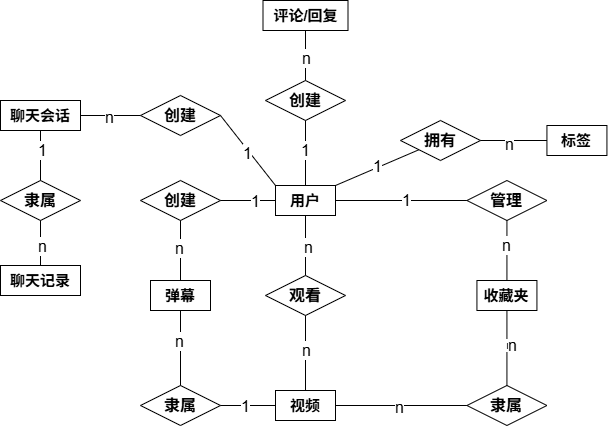
Above: docs/Assets/AniLink-cloud/数据库E-R图.png in All1217/AniLink-Java (draw.io), before the change. Source tidied: cells renumbered, new cells last; positions are measured from the earlier drawing's top-left corner, leaving out a move shared by most shapes. The source it was exported from:
```xml
<mxGraphModel>
  <root>
    <mxCell id="0" />
    <mxCell id="1" parent="0" />
    <mxCell id="2" value="&lt;font style=&quot;font-size: 15px;&quot;&gt;&lt;b&gt;用户&lt;/b&gt;&lt;/font&gt;" style="rounded=0;whiteSpace=wrap;html=1;" parent="1" vertex="1">
      <mxGeometry x="275" y="185" width="60" height="30" as="geometry" />
    </mxCell>
    <mxCell id="3" value="&lt;font style=&quot;font-size: 15px;&quot;&gt;&lt;b&gt;视频&lt;/b&gt;&lt;/font&gt;" style="rounded=0;whiteSpace=wrap;html=1;" parent="1" vertex="1">
      <mxGeometry x="275" y="390" width="60" height="30" as="geometry" />
    </mxCell>
    <mxCell id="4" value="&lt;b&gt;&lt;font style=&quot;font-size: 16px;&quot;&gt;观看&lt;/font&gt;&lt;/b&gt;" style="rhombus;whiteSpace=wrap;html=1;" parent="1" vertex="1">
      <mxGeometry x="265" y="275" width="80" height="40" as="geometry" />
    </mxCell>
    <mxCell id="5" style="endArrow=none;html=1;rounded=0;entryX=0.5;entryY=1;entryDx=0;entryDy=0;exitX=0.5;exitY=0;exitDx=0;exitDy=0;" parent="1" edge="1" source="4" target="2">
      <mxGeometry relative="1" as="geometry" />
    </mxCell>
    <mxCell id="6" value="&lt;font style=&quot;font-size: 16px;&quot;&gt;n&lt;/font&gt;" style="edgeLabel;html=1;align=center;verticalAlign=middle;" parent="5" vertex="1">
      <mxGeometry x="-0.05" y="-2" relative="1" as="geometry" />
    </mxCell>
    <mxCell id="7" style="endArrow=none;html=1;rounded=0;entryX=0.5;entryY=1;entryDx=0;entryDy=0;exitX=0.5;exitY=0;exitDx=0;exitDy=0;" parent="1" edge="1" source="3" target="4">
      <mxGeometry relative="1" as="geometry" />
    </mxCell>
    <mxCell id="8" value="&lt;font style=&quot;font-size: 16px;&quot;&gt;n&lt;/font&gt;" style="edgeLabel;html=1;align=center;verticalAlign=middle;" parent="7" vertex="1">
      <mxGeometry x="0.09" relative="1" as="geometry" />
    </mxCell>
    <mxCell id="9" value="&lt;font style=&quot;font-size: 15px;&quot;&gt;&lt;b&gt;收藏夹&lt;/b&gt;&lt;/font&gt;" style="rounded=0;whiteSpace=wrap;html=1;" parent="1" vertex="1">
      <mxGeometry x="476.4" y="280" width="60" height="30" as="geometry" />
    </mxCell>
    <mxCell id="10" value="&lt;font style=&quot;font-size: 15px;&quot;&gt;&lt;b&gt;弹幕&lt;/b&gt;&lt;/font&gt;" style="rounded=0;whiteSpace=wrap;html=1;" parent="1" vertex="1">
      <mxGeometry x="150" y="280" width="60" height="30" as="geometry" />
    </mxCell>
    <mxCell id="11" value="&lt;b style=&quot;font-size: 16px;&quot;&gt;创建&lt;/b&gt;" style="rhombus;whiteSpace=wrap;html=1;" parent="1" vertex="1">
      <mxGeometry x="140" y="180" width="80" height="40" as="geometry" />
    </mxCell>
    <mxCell id="12" value="&lt;span style=&quot;font-size: 16px;&quot;&gt;&lt;b&gt;隶属&lt;/b&gt;&lt;/span&gt;" style="rhombus;whiteSpace=wrap;html=1;" parent="1" vertex="1">
      <mxGeometry x="140" y="385" width="80" height="40" as="geometry" />
    </mxCell>
    <mxCell id="13" value="&lt;span style=&quot;font-size: 16px;&quot;&gt;&lt;b&gt;管理&lt;/b&gt;&lt;/span&gt;" style="rhombus;whiteSpace=wrap;html=1;" parent="1" vertex="1">
      <mxGeometry x="466.4" y="180" width="80" height="40" as="geometry" />
    </mxCell>
    <mxCell id="14" value="&lt;span style=&quot;font-size: 16px;&quot;&gt;&lt;b&gt;隶属&lt;/b&gt;&lt;/span&gt;" style="rhombus;whiteSpace=wrap;html=1;" parent="1" vertex="1">
      <mxGeometry x="466.4" y="385" width="80" height="40" as="geometry" />
    </mxCell>
    <mxCell id="15" style="endArrow=none;html=1;rounded=0;exitX=1;exitY=0.5;exitDx=0;exitDy=0;entryX=0;entryY=0.5;entryDx=0;entryDy=0;" parent="1" edge="1" source="2" target="13">
      <mxGeometry relative="1" as="geometry" />
    </mxCell>
    <mxCell id="16" value="&lt;font style=&quot;font-size: 16px;&quot;&gt;1&lt;/font&gt;" style="edgeLabel;html=1;align=center;verticalAlign=middle;" parent="15" vertex="1">
      <mxGeometry x="0.06" y="1" relative="1" as="geometry" />
    </mxCell>
    <mxCell id="17" style="endArrow=none;html=1;rounded=0;entryX=0;entryY=0.5;entryDx=0;entryDy=0;exitX=1;exitY=0.5;exitDx=0;exitDy=0;" parent="1" edge="1" source="11" target="2">
      <mxGeometry relative="1" as="geometry" />
    </mxCell>
    <mxCell id="18" value="&lt;font style=&quot;font-size: 16px;&quot;&gt;1&lt;/font&gt;" style="edgeLabel;html=1;align=center;verticalAlign=middle;" parent="17" vertex="1">
      <mxGeometry x="0.22" relative="1" as="geometry" />
    </mxCell>
    <mxCell id="19" style="endArrow=none;html=1;rounded=0;entryX=0.5;entryY=1;entryDx=0;entryDy=0;exitX=0.5;exitY=0;exitDx=0;exitDy=0;" parent="1" edge="1" source="10" target="11">
      <mxGeometry relative="1" as="geometry" />
    </mxCell>
    <mxCell id="20" value="&lt;font style=&quot;font-size: 16px;&quot;&gt;n&lt;/font&gt;" style="edgeLabel;html=1;align=center;verticalAlign=middle;" parent="19" vertex="1">
      <mxGeometry x="0.1" y="2" relative="1" as="geometry" />
    </mxCell>
    <mxCell id="21" style="endArrow=none;html=1;rounded=0;entryX=0.5;entryY=1;entryDx=0;entryDy=0;exitX=0.5;exitY=0;exitDx=0;exitDy=0;" parent="1" edge="1" source="12" target="10">
      <mxGeometry relative="1" as="geometry" />
    </mxCell>
    <mxCell id="22" value="&lt;font style=&quot;font-size: 16px;&quot;&gt;n&lt;/font&gt;" style="edgeLabel;html=1;align=center;verticalAlign=middle;" parent="21" vertex="1">
      <mxGeometry x="0.19" y="2" relative="1" as="geometry" />
    </mxCell>
    <mxCell id="23" style="endArrow=none;html=1;rounded=0;entryX=0.5;entryY=1;entryDx=0;entryDy=0;exitX=0.5;exitY=0;exitDx=0;exitDy=0;" parent="1" edge="1" source="9" target="13">
      <mxGeometry relative="1" as="geometry" />
    </mxCell>
    <mxCell id="24" value="&lt;font style=&quot;font-size: 16px;&quot;&gt;n&lt;/font&gt;" style="edgeLabel;html=1;align=center;verticalAlign=middle;" parent="23" vertex="1">
      <mxGeometry x="0.16" y="1" relative="1" as="geometry">
        <mxPoint y="-1" as="offset" />
      </mxGeometry>
    </mxCell>
    <mxCell id="25" style="endArrow=none;html=1;rounded=0;entryX=0.5;entryY=1;entryDx=0;entryDy=0;exitX=0.5;exitY=0;exitDx=0;exitDy=0;" parent="1" edge="1" source="14" target="9">
      <mxGeometry relative="1" as="geometry" />
    </mxCell>
    <mxCell id="26" value="n" style="edgeLabel;html=1;align=center;verticalAlign=middle;" parent="25" vertex="1">
      <mxGeometry x="0.13" y="-2" relative="1" as="geometry">
        <mxPoint y="1" as="offset" />
      </mxGeometry>
    </mxCell>
    <mxCell id="27" value="&lt;font style=&quot;font-size: 16px;&quot;&gt;n&lt;/font&gt;" style="edgeLabel;html=1;align=center;verticalAlign=middle;" parent="25" vertex="1">
      <mxGeometry x="0.09" y="-4" relative="1" as="geometry">
        <mxPoint x="1" as="offset" />
      </mxGeometry>
    </mxCell>
    <mxCell id="28" style="endArrow=none;html=1;rounded=0;entryX=0;entryY=0.5;entryDx=0;entryDy=0;exitX=1;exitY=0.5;exitDx=0;exitDy=0;" parent="1" edge="1" source="3" target="14">
      <mxGeometry relative="1" as="geometry" />
    </mxCell>
    <mxCell id="29" value="&lt;font style=&quot;font-size: 16px;&quot;&gt;n&lt;/font&gt;" style="edgeLabel;html=1;align=center;verticalAlign=middle;" parent="28" vertex="1">
      <mxGeometry x="-0.04" y="-1" relative="1" as="geometry" />
    </mxCell>
    <mxCell id="30" value="&lt;font style=&quot;font-size: 15px;&quot;&gt;&lt;b&gt;标签&lt;/b&gt;&lt;/font&gt;" style="rounded=0;whiteSpace=wrap;html=1;" parent="1" vertex="1">
      <mxGeometry x="546.4" y="125" width="60" height="30" as="geometry" />
    </mxCell>
    <mxCell id="31" value="&lt;span style=&quot;font-size: 16px;&quot;&gt;&lt;b&gt;拥有&lt;/b&gt;&lt;/span&gt;" style="rhombus;whiteSpace=wrap;html=1;" parent="1" vertex="1">
      <mxGeometry x="400" y="120" width="80" height="40" as="geometry" />
    </mxCell>
    <mxCell id="32" style="endArrow=none;html=1;rounded=0;entryX=1;entryY=0.5;entryDx=0;entryDy=0;exitX=0;exitY=0.5;exitDx=0;exitDy=0;" parent="1" edge="1" source="3" target="12">
      <mxGeometry relative="1" as="geometry" />
    </mxCell>
    <mxCell id="33" value="&lt;font style=&quot;font-size: 16px;&quot;&gt;1&lt;/font&gt;" style="edgeLabel;html=1;align=center;verticalAlign=middle;" parent="32" vertex="1">
      <mxGeometry x="0.13" relative="1" as="geometry" />
    </mxCell>
    <mxCell id="34" style="endArrow=none;html=1;rounded=0;exitX=1;exitY=0;exitDx=0;exitDy=0;" parent="1" edge="1" source="2" target="31">
      <mxGeometry relative="1" as="geometry" />
    </mxCell>
    <mxCell id="35" value="&lt;font style=&quot;font-size: 16px;&quot;&gt;1&lt;/font&gt;" style="edgeLabel;html=1;align=center;verticalAlign=middle;" parent="34" vertex="1">
      <mxGeometry x="0.01" y="1" relative="1" as="geometry" />
    </mxCell>
    <mxCell id="36" style="endArrow=none;html=1;rounded=0;exitX=1;exitY=0.5;exitDx=0;exitDy=0;entryX=0;entryY=0.5;entryDx=0;entryDy=0;" parent="1" edge="1" source="31" target="30">
      <mxGeometry relative="1" as="geometry" />
    </mxCell>
    <mxCell id="37" value="&lt;font style=&quot;font-size: 16px;&quot;&gt;n&lt;/font&gt;" style="edgeLabel;html=1;align=center;verticalAlign=middle;" parent="36" vertex="1">
      <mxGeometry x="-0.14" y="-3" relative="1" as="geometry" />
    </mxCell>
    <mxCell id="38" value="&lt;font style=&quot;font-size: 15px;&quot;&gt;&lt;b&gt;聊天会话&lt;/b&gt;&lt;/font&gt;" style="rounded=0;whiteSpace=wrap;html=1;" parent="1" vertex="1">
      <mxGeometry y="100" width="80" height="30" as="geometry" />
    </mxCell>
    <mxCell id="39" value="&lt;span style=&quot;font-size: 16px;&quot;&gt;&lt;b&gt;创建&lt;/b&gt;&lt;/span&gt;" style="rhombus;whiteSpace=wrap;html=1;" parent="1" vertex="1">
      <mxGeometry x="140" y="95" width="80" height="40" as="geometry" />
    </mxCell>
    <mxCell id="40" style="endArrow=none;html=1;rounded=0;exitX=1;exitY=0.5;exitDx=0;exitDy=0;entryX=0;entryY=0;entryDx=0;entryDy=0;" parent="1" edge="1" source="39" target="2">
      <mxGeometry relative="1" as="geometry" />
    </mxCell>
    <mxCell id="41" value="&lt;font style=&quot;font-size: 16px;&quot;&gt;1&lt;/font&gt;" style="edgeLabel;html=1;align=center;verticalAlign=middle;" parent="40" vertex="1">
      <mxGeometry x="0.04" y="-2" relative="1" as="geometry" />
    </mxCell>
    <mxCell id="42" value="&lt;font style=&quot;font-size: 15px;&quot;&gt;&lt;b&gt;聊天记录&lt;/b&gt;&lt;/font&gt;" style="rounded=0;whiteSpace=wrap;html=1;" parent="1" vertex="1">
      <mxGeometry y="265" width="80" height="30" as="geometry" />
    </mxCell>
    <mxCell id="43" style="endArrow=none;html=1;rounded=0;entryX=0;entryY=0.5;entryDx=0;entryDy=0;exitX=1;exitY=0.5;exitDx=0;exitDy=0;" parent="1" edge="1" source="38" target="39">
      <mxGeometry relative="1" as="geometry" />
    </mxCell>
    <mxCell id="44" value="&lt;font style=&quot;font-size: 16px;&quot;&gt;n&lt;/font&gt;" style="edgeLabel;html=1;align=center;verticalAlign=middle;" parent="43" vertex="1">
      <mxGeometry x="-0.06" y="-1" relative="1" as="geometry" />
    </mxCell>
    <mxCell id="45" value="&lt;span style=&quot;font-size: 16px;&quot;&gt;&lt;b&gt;隶属&lt;/b&gt;&lt;/span&gt;" style="rhombus;whiteSpace=wrap;html=1;" parent="1" vertex="1">
      <mxGeometry y="180" width="80" height="40" as="geometry" />
    </mxCell>
    <mxCell id="46" style="endArrow=none;html=1;rounded=0;entryX=0.5;entryY=1;entryDx=0;entryDy=0;exitX=0.5;exitY=0;exitDx=0;exitDy=0;" parent="1" edge="1" source="42" target="45">
      <mxGeometry relative="1" as="geometry" />
    </mxCell>
    <mxCell id="47" value="&lt;font style=&quot;font-size: 16px;&quot;&gt;n&lt;/font&gt;" style="edgeLabel;html=1;align=center;verticalAlign=middle;" parent="46" vertex="1">
      <mxGeometry x="-0.1" y="-2" relative="1" as="geometry">
        <mxPoint x="-1" as="offset" />
      </mxGeometry>
    </mxCell>
    <mxCell id="48" style="endArrow=none;html=1;rounded=0;entryX=0.5;entryY=1;entryDx=0;entryDy=0;exitX=0.5;exitY=0;exitDx=0;exitDy=0;" parent="1" edge="1" source="45" target="38">
      <mxGeometry relative="1" as="geometry" />
    </mxCell>
    <mxCell id="49" value="&lt;font style=&quot;font-size: 16px;&quot;&gt;1&lt;/font&gt;" style="edgeLabel;html=1;align=center;verticalAlign=middle;" parent="48" vertex="1">
      <mxGeometry x="0.25" y="-1" relative="1" as="geometry" />
    </mxCell>
    <mxCell id="50" value="&lt;span style=&quot;font-size: 16px;&quot;&gt;&lt;b&gt;创建&lt;/b&gt;&lt;/span&gt;" style="rhombus;whiteSpace=wrap;html=1;" parent="1" vertex="1">
      <mxGeometry x="265" y="80" width="80" height="40" as="geometry" />
    </mxCell>
    <mxCell id="51" value="&lt;font style=&quot;font-size: 15px;&quot;&gt;&lt;b&gt;评论/回复&lt;/b&gt;&lt;/font&gt;" style="rounded=0;whiteSpace=wrap;html=1;" parent="1" vertex="1">
      <mxGeometry x="262.5" width="85" height="30" as="geometry" />
    </mxCell>
    <mxCell id="52" style="endArrow=none;html=1;rounded=0;entryX=0.5;entryY=1;entryDx=0;entryDy=0;exitX=0.5;exitY=0;exitDx=0;exitDy=0;" parent="1" edge="1" source="2" target="50">
      <mxGeometry relative="1" as="geometry" />
    </mxCell>
    <mxCell id="53" value="&lt;span style=&quot;font-size: 16px;&quot;&gt;1&lt;/span&gt;" style="edgeLabel;html=1;align=center;verticalAlign=middle;" parent="52" vertex="1">
      <mxGeometry x="0.1" y="1" relative="1" as="geometry" />
    </mxCell>
    <mxCell id="54" style="endArrow=none;html=1;rounded=0;exitX=0.5;exitY=0;exitDx=0;exitDy=0;entryX=0.5;entryY=1;entryDx=0;entryDy=0;" parent="1" edge="1" source="50" target="51">
      <mxGeometry relative="1" as="geometry" />
    </mxCell>
    <mxCell id="55" value="&lt;font style=&quot;font-size: 16px;&quot;&gt;n&lt;/font&gt;" style="edgeLabel;html=1;align=center;verticalAlign=middle;" parent="54" vertex="1">
      <mxGeometry x="-0.08" relative="1" as="geometry" />
    </mxCell>
  </root>
</mxGraphModel>
```
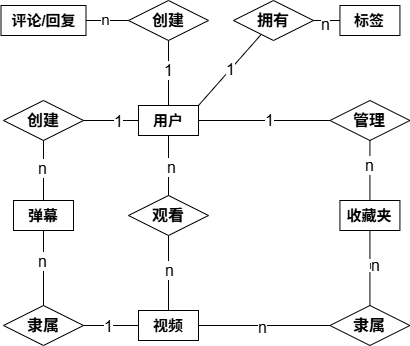
Later version of the same file.

Diff of the diagram source:
```diff
@@ -93,10 +93,10 @@
       <mxGeometry x="-0.04" y="-1" relative="1" as="geometry" />
     </mxCell>
     <mxCell id="30" value="&lt;font style=&quot;font-size: 15px;&quot;&gt;&lt;b&gt;标签&lt;/b&gt;&lt;/font&gt;" style="rounded=0;whiteSpace=wrap;html=1;" parent="1" vertex="1">
-      <mxGeometry x="546.4" y="125" width="60" height="30" as="geometry" />
+      <mxGeometry x="476.4" y="85" width="60" height="30" as="geometry" />
     </mxCell>
     <mxCell id="31" value="&lt;span style=&quot;font-size: 16px;&quot;&gt;&lt;b&gt;拥有&lt;/b&gt;&lt;/span&gt;" style="rhombus;whiteSpace=wrap;html=1;" parent="1" vertex="1">
-      <mxGeometry x="400" y="120" width="80" height="40" as="geometry" />
+      <mxGeometry x="370" y="80" width="80" height="40" as="geometry" />
     </mxCell>
     <mxCell id="32" style="endArrow=none;html=1;rounded=0;entryX=1;entryY=0.5;entryDx=0;entryDy=0;exitX=0;exitY=0.5;exitDx=0;exitDy=0;" parent="1" edge="1" source="3" target="12">
       <mxGeometry relative="1" as="geometry" />
@@ -116,49 +116,11 @@
     <mxCell id="37" value="&lt;font style=&quot;font-size: 16px;&quot;&gt;n&lt;/font&gt;" style="edgeLabel;html=1;align=center;verticalAlign=middle;" parent="36" vertex="1">
       <mxGeometry x="-0.14" y="-3" relative="1" as="geometry" />
     </mxCell>
-    <mxCell id="38" value="&lt;font style=&quot;font-size: 15px;&quot;&gt;&lt;b&gt;聊天会话&lt;/b&gt;&lt;/font&gt;" style="rounded=0;whiteSpace=wrap;html=1;" parent="1" vertex="1">
-      <mxGeometry y="100" width="80" height="30" as="geometry" />
-    </mxCell>
-    <mxCell id="39" value="&lt;span style=&quot;font-size: 16px;&quot;&gt;&lt;b&gt;创建&lt;/b&gt;&lt;/span&gt;" style="rhombus;whiteSpace=wrap;html=1;" parent="1" vertex="1">
-      <mxGeometry x="140" y="95" width="80" height="40" as="geometry" />
-    </mxCell>
-    <mxCell id="40" style="endArrow=none;html=1;rounded=0;exitX=1;exitY=0.5;exitDx=0;exitDy=0;entryX=0;entryY=0;entryDx=0;entryDy=0;" parent="1" edge="1" source="39" target="2">
-      <mxGeometry relative="1" as="geometry" />
-    </mxCell>
-    <mxCell id="41" value="&lt;font style=&quot;font-size: 16px;&quot;&gt;1&lt;/font&gt;" style="edgeLabel;html=1;align=center;verticalAlign=middle;" parent="40" vertex="1">
-      <mxGeometry x="0.04" y="-2" relative="1" as="geometry" />
-    </mxCell>
-    <mxCell id="42" value="&lt;font style=&quot;font-size: 15px;&quot;&gt;&lt;b&gt;聊天记录&lt;/b&gt;&lt;/font&gt;" style="rounded=0;whiteSpace=wrap;html=1;" parent="1" vertex="1">
-      <mxGeometry y="265" width="80" height="30" as="geometry" />
-    </mxCell>
-    <mxCell id="43" style="endArrow=none;html=1;rounded=0;entryX=0;entryY=0.5;entryDx=0;entryDy=0;exitX=1;exitY=0.5;exitDx=0;exitDy=0;" parent="1" edge="1" source="38" target="39">
-      <mxGeometry relative="1" as="geometry" />
-    </mxCell>
-    <mxCell id="44" value="&lt;font style=&quot;font-size: 16px;&quot;&gt;n&lt;/font&gt;" style="edgeLabel;html=1;align=center;verticalAlign=middle;" parent="43" vertex="1">
-      <mxGeometry x="-0.06" y="-1" relative="1" as="geometry" />
-    </mxCell>
-    <mxCell id="45" value="&lt;span style=&quot;font-size: 16px;&quot;&gt;&lt;b&gt;隶属&lt;/b&gt;&lt;/span&gt;" style="rhombus;whiteSpace=wrap;html=1;" parent="1" vertex="1">
-      <mxGeometry y="180" width="80" height="40" as="geometry" />
-    </mxCell>
-    <mxCell id="46" style="endArrow=none;html=1;rounded=0;entryX=0.5;entryY=1;entryDx=0;entryDy=0;exitX=0.5;exitY=0;exitDx=0;exitDy=0;" parent="1" edge="1" source="42" target="45">
-      <mxGeometry relative="1" as="geometry" />
-    </mxCell>
-    <mxCell id="47" value="&lt;font style=&quot;font-size: 16px;&quot;&gt;n&lt;/font&gt;" style="edgeLabel;html=1;align=center;verticalAlign=middle;" parent="46" vertex="1">
-      <mxGeometry x="-0.1" y="-2" relative="1" as="geometry">
-        <mxPoint x="-1" as="offset" />
-      </mxGeometry>
-    </mxCell>
-    <mxCell id="48" style="endArrow=none;html=1;rounded=0;entryX=0.5;entryY=1;entryDx=0;entryDy=0;exitX=0.5;exitY=0;exitDx=0;exitDy=0;" parent="1" edge="1" source="45" target="38">
-      <mxGeometry relative="1" as="geometry" />
-    </mxCell>
-    <mxCell id="49" value="&lt;font style=&quot;font-size: 16px;&quot;&gt;1&lt;/font&gt;" style="edgeLabel;html=1;align=center;verticalAlign=middle;" parent="48" vertex="1">
-      <mxGeometry x="0.25" y="-1" relative="1" as="geometry" />
-    </mxCell>
     <mxCell id="50" value="&lt;span style=&quot;font-size: 16px;&quot;&gt;&lt;b&gt;创建&lt;/b&gt;&lt;/span&gt;" style="rhombus;whiteSpace=wrap;html=1;" parent="1" vertex="1">
       <mxGeometry x="265" y="80" width="80" height="40" as="geometry" />
     </mxCell>
     <mxCell id="51" value="&lt;font style=&quot;font-size: 15px;&quot;&gt;&lt;b&gt;评论/回复&lt;/b&gt;&lt;/font&gt;" style="rounded=0;whiteSpace=wrap;html=1;" parent="1" vertex="1">
-      <mxGeometry x="262.5" width="85" height="30" as="geometry" />
+      <mxGeometry x="137.5" y="85" width="85" height="30" as="geometry" />
     </mxCell>
     <mxCell id="52" style="endArrow=none;html=1;rounded=0;entryX=0.5;entryY=1;entryDx=0;entryDy=0;exitX=0.5;exitY=0;exitDx=0;exitDy=0;" parent="1" edge="1" source="2" target="50">
       <mxGeometry relative="1" as="geometry" />
@@ -166,11 +128,16 @@
     <mxCell id="53" value="&lt;span style=&quot;font-size: 16px;&quot;&gt;1&lt;/span&gt;" style="edgeLabel;html=1;align=center;verticalAlign=middle;" parent="52" vertex="1">
       <mxGeometry x="0.1" y="1" relative="1" as="geometry" />
     </mxCell>
-    <mxCell id="54" style="endArrow=none;html=1;rounded=0;exitX=0.5;exitY=0;exitDx=0;exitDy=0;entryX=0.5;entryY=1;entryDx=0;entryDy=0;" parent="1" edge="1" source="50" target="51">
-      <mxGeometry relative="1" as="geometry" />
-    </mxCell>
-    <mxCell id="55" value="&lt;font style=&quot;font-size: 16px;&quot;&gt;n&lt;/font&gt;" style="edgeLabel;html=1;align=center;verticalAlign=middle;" parent="54" vertex="1">
-      <mxGeometry x="-0.08" relative="1" as="geometry" />
-    </mxCell>
+    <mxCell id="56" style="endArrow=none;html=1;rounded=0;entryX=0;entryY=0.5;entryDx=0;entryDy=0;exitX=1;exitY=0.5;exitDx=0;exitDy=0;" parent="1" edge="1" source="51" target="50">
+      <mxGeometry relative="1" as="geometry" />
+    </mxCell>
+    <mxCell id="57" value="&lt;font style=&quot;font-size: 13px;&quot;&gt;n&lt;/font&gt;" style="edgeLabel;html=1;align=center;verticalAlign=middle;" parent="56" vertex="1">
+      <mxGeometry x="-0.08" y="2" relative="1" as="geometry">
+        <mxPoint x="1" as="offset" />
+      </mxGeometry>
+    </mxCell>
+    <mxCell id="58" value="&lt;font style=&quot;font-size: 15px;&quot;&gt;n&lt;/font&gt;" style="edgeLabel;html=1;align=center;verticalAlign=middle;" parent="56" vertex="1">
+      <mxGeometry x="-0.13" y="2" relative="1" as="geometry" />
+    </mxCell>
   </root>
 </mxGraphModel>
```
